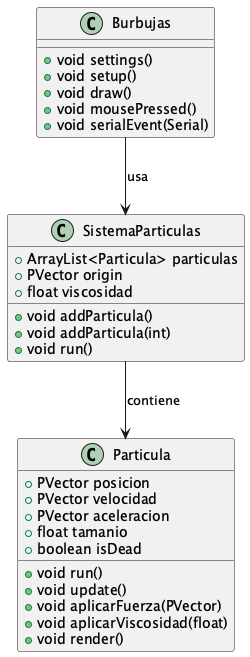
Earlier version of the PlantUML export doc/classes_processing.png (uma-dte-docencia/burbujas). Its diagram source:
```plantuml
@startuml clases_processing

class Burbujas {
    +void settings()
    +void setup()
    +void draw()
    +void mousePressed()
    +void serialEvent(Serial)
}

class Particula {
    +PVector posicion
    +PVector velocidad
    +PVector aceleracion
    +float tamanio
    +boolean isDead
    +void run()
    +void update()
    +void aplicarFuerza(PVector)
    +void aplicarViscosidad(float)
    +void render()
}

class SistemaParticulas {
    +ArrayList<Particula> particulas
    +PVector origin
    +float viscosidad
    +void addParticula()
    +void addParticula(int)
    +void run()
}

Burbujas --> SistemaParticulas : usa
SistemaParticulas --> Particula : contiene

@enduml
```
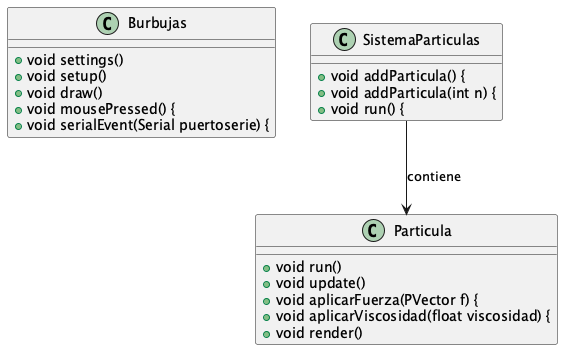
Above is the later version.

Commit message:
actualizar diagrama de clases automaticamente

Change to the diagram source:
```diff
@@ -1,36 +1,27 @@
-@startuml clases_processing
+@startuml classes_processing
 
 class Burbujas {
     +void settings()
     +void setup()
     +void draw()
-    +void mousePressed()
-    +void serialEvent(Serial)
+    +void mousePressed() {
+    +void serialEvent(Serial puertoserie) {
 }
 
 class Particula {
-    +PVector posicion
-    +PVector velocidad
-    +PVector aceleracion
-    +float tamanio
-    +boolean isDead
     +void run()
     +void update()
-    +void aplicarFuerza(PVector)
-    +void aplicarViscosidad(float)
+    +void aplicarFuerza(PVector f) {
+    +void aplicarViscosidad(float viscosidad) {
     +void render()
 }
 
 class SistemaParticulas {
-    +ArrayList<Particula> particulas
-    +PVector origin
-    +float viscosidad
-    +void addParticula()
-    +void addParticula(int)
-    +void run()
+    +void addParticula() {
+    +void addParticula(int n) {
+    +void run() {
 }
 
-Burbujas --> SistemaParticulas : usa
 SistemaParticulas --> Particula : contiene
 
 @enduml
```
